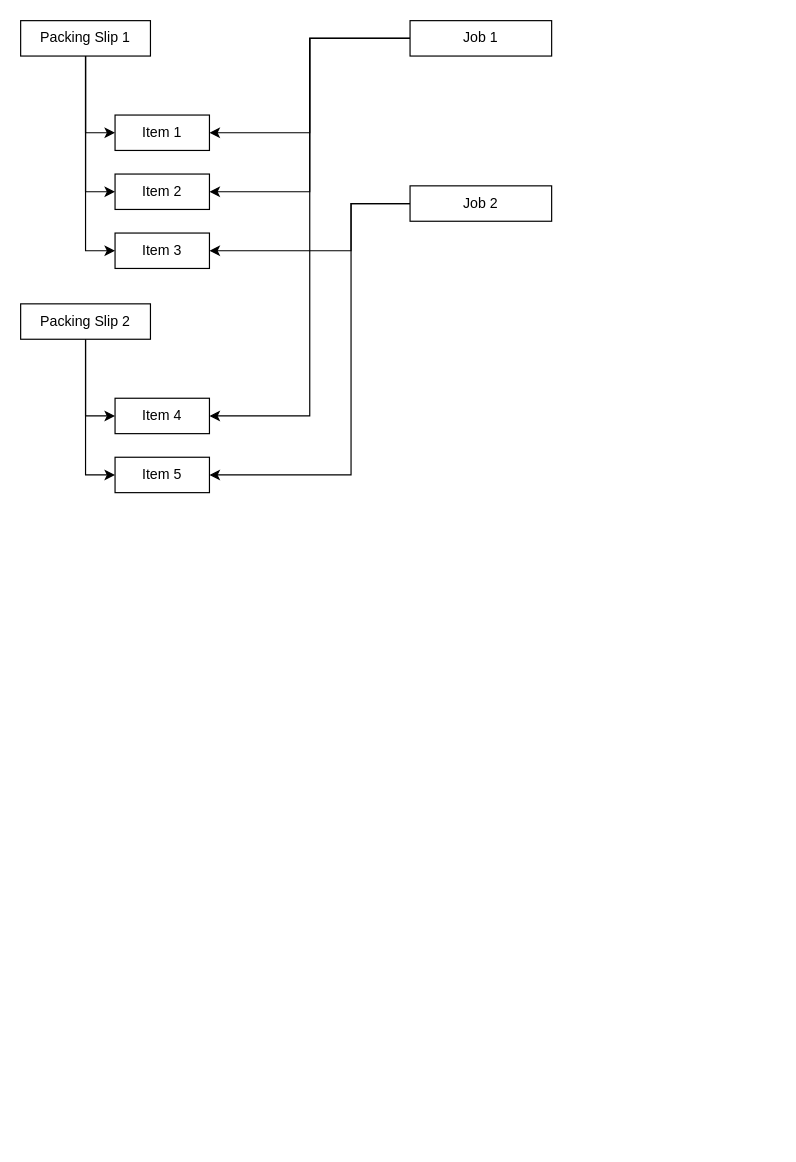
Above: page "Customer Transfer Relationship" (3 of 5) of Untitled Diagram.drawio in ajaykedar77/TAT-Application (draw.io), before the change. Source tidied: cells renumbered, new cells numbered last; positions are measured from the earlier drawing's top-left corner, leaving out a move shared by most shapes. Both pictures are drawn from the tidied source at 118%, with x=0, y=0 at pixel (20, 20).
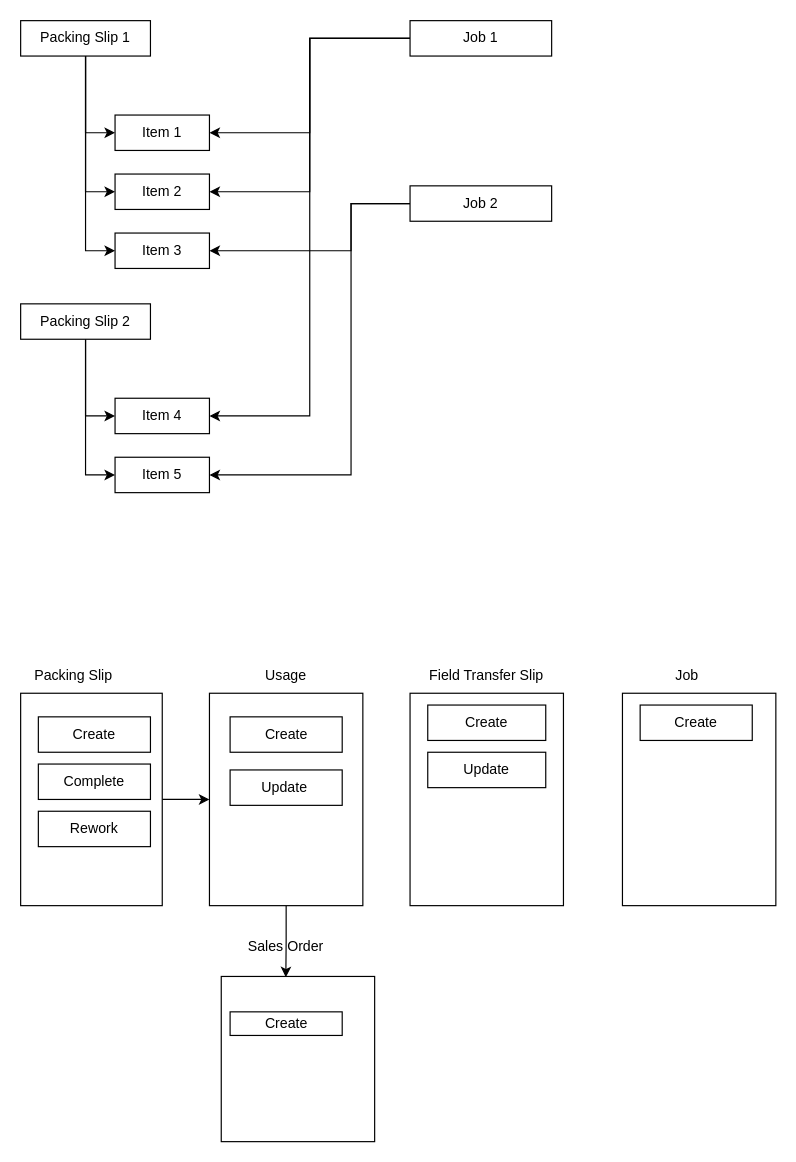
The same diagram, later.

Change to the diagram source:
```diff
@@
+    <mxCell id="21" style="edgeStyle=orthogonalEdgeStyle;rounded=0;jettySize=auto;html=1;entryX=0;entryY=0.5;entryDx=0;entryDy=0;" parent="1" edge="1" source="22" target="31">
+      <mxGeometry relative="1" as="geometry" />
+    </mxCell>
+    <mxCell id="22" style="rounded=0;whiteSpace=wrap;html=1;" parent="1" vertex="1">
+      <mxGeometry y="570" width="120" height="180" as="geometry" />
+    </mxCell>
+    <mxCell id="23" value="Create" style="rounded=0;whiteSpace=wrap;html=1;" parent="1" vertex="1">
+      <mxGeometry x="15" y="590" width="95" height="30" as="geometry" />
+    </mxCell>
+    <mxCell id="24" value="Complete" style="rounded=0;whiteSpace=wrap;html=1;" parent="1" vertex="1">
+      <mxGeometry x="15" y="630" width="95" height="30" as="geometry" />
+    </mxCell>
+    <mxCell id="25" value="Rework" style="rounded=0;whiteSpace=wrap;html=1;" parent="1" vertex="1">
+      <mxGeometry x="15" y="670" width="95" height="30" as="geometry" />
+    </mxCell>
+    <mxCell id="26" value="Packing Slip" style="text;html=1;strokeColor=none;fillColor=none;align=center;verticalAlign=middle;whiteSpace=wrap;rounded=0;" parent="1" vertex="1">
+      <mxGeometry y="540" width="90" height="30" as="geometry" />
+    </mxCell>
+    <mxCell id="27" style="rounded=0;whiteSpace=wrap;html=1;" parent="1" vertex="1">
+      <mxGeometry x="330" y="570" width="130" height="180" as="geometry" />
+    </mxCell>
+    <mxCell id="28" value="Field Transfer Slip" style="text;html=1;strokeColor=none;fillColor=none;align=center;verticalAlign=middle;whiteSpace=wrap;rounded=0;" parent="1" vertex="1">
+      <mxGeometry x="340" y="540" width="110" height="30" as="geometry" />
+    </mxCell>
+    <mxCell id="29" value="Create" style="rounded=0;whiteSpace=wrap;html=1;" parent="1" vertex="1">
+      <mxGeometry x="345" y="580" width="100" height="30" as="geometry" />
+    </mxCell>
+    <mxCell id="30" style="edgeStyle=orthogonalEdgeStyle;rounded=0;jettySize=auto;html=1;entryX=0.421;entryY=0.005;entryDx=0;entryDy=0;entryPerimeter=0;" parent="1" edge="1" source="31" target="39">
+      <mxGeometry relative="1" as="geometry" />
+    </mxCell>
+    <mxCell id="31" style="rounded=0;whiteSpace=wrap;html=1;" parent="1" vertex="1">
+      <mxGeometry x="160" y="570" width="130" height="180" as="geometry" />
+    </mxCell>
+    <mxCell id="32" value="Usage" style="text;html=1;strokeColor=none;fillColor=none;align=center;verticalAlign=middle;whiteSpace=wrap;rounded=0;" parent="1" vertex="1">
+      <mxGeometry x="170" y="540" width="110" height="30" as="geometry" />
+    </mxCell>
+    <mxCell id="33" value="Create" style="rounded=0;whiteSpace=wrap;html=1;" parent="1" vertex="1">
+      <mxGeometry x="177.5" y="590" width="95" height="30" as="geometry" />
+    </mxCell>
+    <mxCell id="34" value="Update&amp;nbsp;" style="rounded=0;whiteSpace=wrap;html=1;" parent="1" vertex="1">
+      <mxGeometry x="177.5" y="635" width="95" height="30" as="geometry" />
+    </mxCell>
+    <mxCell id="35" value="Update" style="rounded=0;whiteSpace=wrap;html=1;" parent="1" vertex="1">
+      <mxGeometry x="345" y="620" width="100" height="30" as="geometry" />
+    </mxCell>
+    <mxCell id="36" style="rounded=0;whiteSpace=wrap;html=1;" parent="1" vertex="1">
+      <mxGeometry x="510" y="570" width="130" height="180" as="geometry" />
+    </mxCell>
+    <mxCell id="37" value="Job" style="text;html=1;strokeColor=none;fillColor=none;align=center;verticalAlign=middle;whiteSpace=wrap;rounded=0;" parent="1" vertex="1">
+      <mxGeometry x="510" y="540" width="110" height="30" as="geometry" />
+    </mxCell>
+    <mxCell id="38" value="Create" style="rounded=0;whiteSpace=wrap;html=1;" parent="1" vertex="1">
+      <mxGeometry x="525" y="580" width="95" height="30" as="geometry" />
+    </mxCell>
+    <mxCell id="39" style="rounded=0;whiteSpace=wrap;html=1;" parent="1" vertex="1">
+      <mxGeometry x="170" y="810" width="130" height="140" as="geometry" />
+    </mxCell>
+    <mxCell id="40" value="Sales Order" style="text;html=1;strokeColor=none;fillColor=none;align=center;verticalAlign=middle;whiteSpace=wrap;rounded=0;" parent="1" vertex="1">
+      <mxGeometry x="170" y="770" width="110" height="30" as="geometry" />
+    </mxCell>
+    <mxCell id="41" value="Create" style="rounded=0;whiteSpace=wrap;html=1;" parent="1" vertex="1">
+      <mxGeometry x="177.5" y="840" width="95" height="20" as="geometry" />
+    </mxCell>
```
